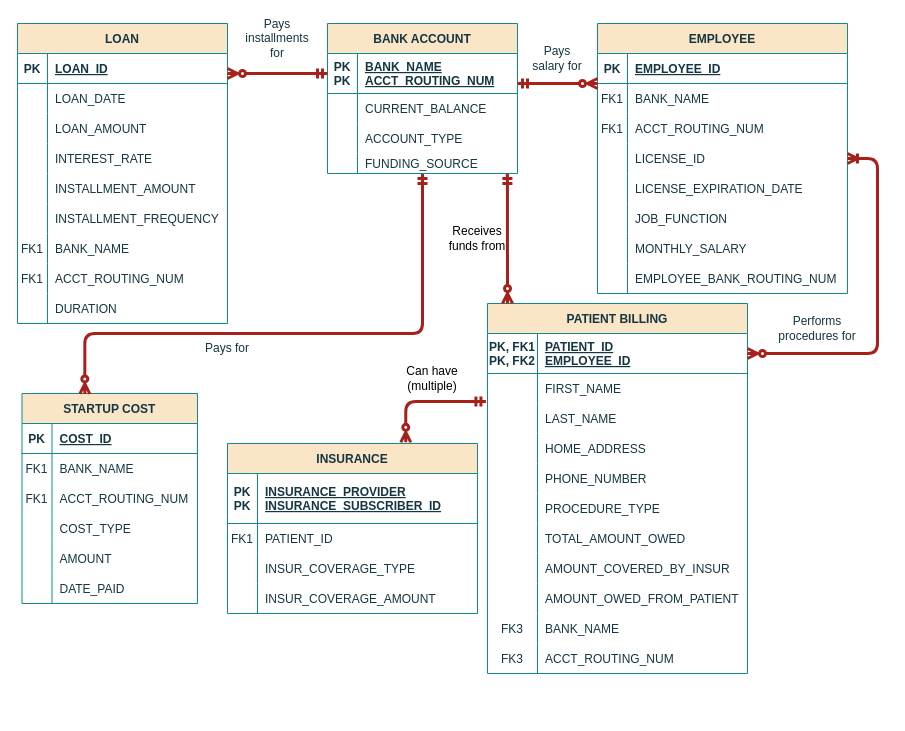
This is hw.drawio from donjuli990/HW1, a draw.io file, before an edit. Source tidied: cells renumbered, new cells numbered last; positions are measured from the earlier drawing's top-left corner, leaving out a move shared by most shapes. Both pictures are drawn from the tidied source at 100%, with x=0, y=0 at pixel (17, 23).
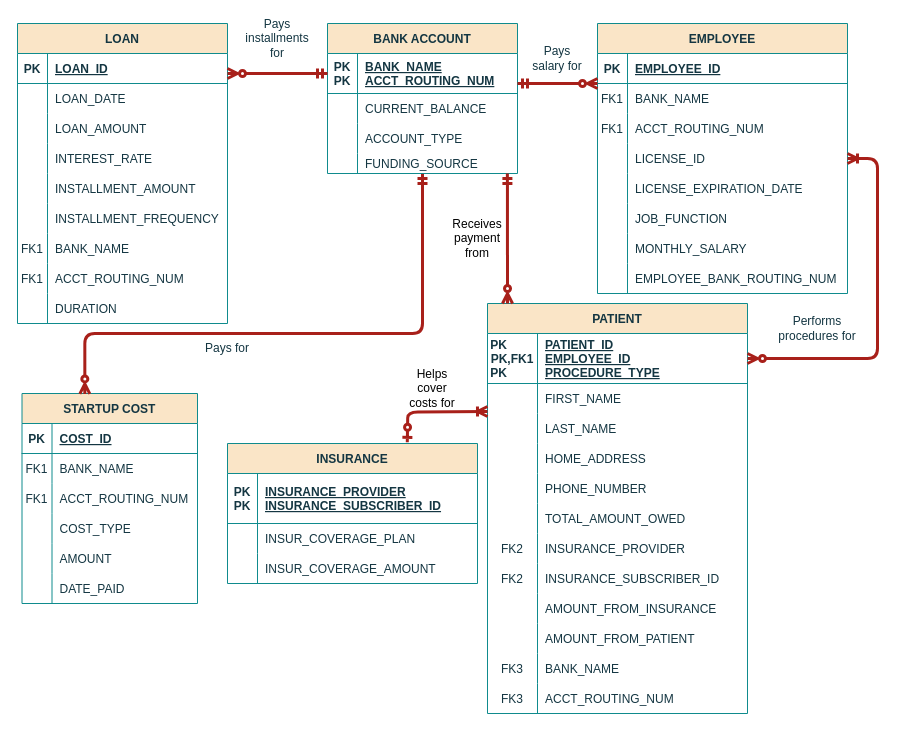
The same diagram, later.

Diff of the diagram source:
```diff
@@
-    <mxCell id="27" value="PATIENT BILLING" style="shape=table;startSize=30;childLayout=tableLayout;rowLines=0;fontStyle=1;align=center;labelBackgroundColor=none;fillColor=#FAE5C7;strokeColor=#0F8B8D;fontColor=#143642;" parent="1" vertex="1">
-      <mxGeometry x="470" y="280" width="260" height="370" as="geometry" />
+    <mxCell id="27" value="PATIENT" style="shape=table;startSize=30;childLayout=tableLayout;rowLines=0;fontStyle=1;align=center;labelBackgroundColor=none;fillColor=#FAE5C7;strokeColor=#0F8B8D;fontColor=#143642;" parent="1" vertex="1">
+      <mxGeometry x="470" y="280" width="260" height="410" as="geometry" />
     </mxCell>
     <mxCell id="28" style="shape=partialRectangle;fillColor=none;points=[[0,0.5],[1,0.5]];portConstraint=eastwest;top=0;left=0;right=0;bottom=1;labelBackgroundColor=none;strokeColor=#0F8B8D;fontColor=#143642;" parent="27" vertex="1">
-      <mxGeometry y="30" width="260" height="40" as="geometry" />
+      <mxGeometry y="30" width="260" height="50" as="geometry" />
     </mxCell>
-    <mxCell id="29" value="PK, FK1&#10;PK, FK2" style="shape=partialRectangle;overflow=hidden;fillColor=none;top=0;left=0;bottom=0;right=0;fontStyle=1;labelBackgroundColor=none;strokeColor=#0F8B8D;fontColor=#143642;" parent="28" vertex="1">
-      <mxGeometry width="50" height="40" as="geometry" />
+    <mxCell id="29" value="PK        &#10;PK,FK1&#10;PK        " style="shape=partialRectangle;overflow=hidden;fillColor=none;top=0;left=0;bottom=0;right=0;fontStyle=1;labelBackgroundColor=none;strokeColor=#0F8B8D;fontColor=#143642;" parent="28" vertex="1">
+      <mxGeometry width="50" height="50" as="geometry" />
     </mxCell>
-    <mxCell id="30" value="PATIENT_ID&#10;EMPLOYEE_ID" style="shape=partialRectangle;overflow=hidden;fillColor=none;top=0;left=0;bottom=0;right=0;align=left;spacingLeft=6;fontStyle=5;labelBackgroundColor=none;strokeColor=#0F8B8D;fontColor=#143642;" parent="28" vertex="1">
-      <mxGeometry x="50" width="210" height="40" as="geometry" />
+    <mxCell id="30" value="PATIENT_ID&#10;EMPLOYEE_ID&#10;PROCEDURE_TYPE" style="shape=partialRectangle;overflow=hidden;fillColor=none;top=0;left=0;bottom=0;right=0;align=left;spacingLeft=6;fontStyle=5;labelBackgroundColor=none;strokeColor=#0F8B8D;fontColor=#143642;" parent="28" vertex="1">
+      <mxGeometry x="50" width="210" height="50" as="geometry" />
     </mxCell>
     <mxCell id="31" style="shape=partialRectangle;fillColor=none;top=0;left=0;right=0;bottom=0;labelBackgroundColor=none;strokeColor=#0F8B8D;fontColor=#143642;" parent="27" vertex="1">
-      <mxGeometry y="70" width="260" height="30" as="geometry" />
+      <mxGeometry y="80" width="260" height="30" as="geometry" />
     </mxCell>
@@
     <mxCell id="34" style="shape=partialRectangle;fillColor=none;points=[[0,0.5],[1,0.5]];portConstraint=eastwest;top=0;left=0;right=0;bottom=0;labelBackgroundColor=none;strokeColor=#0F8B8D;fontColor=#143642;" parent="27" vertex="1">
-      <mxGeometry y="100" width="260" height="30" as="geometry" />
+      <mxGeometry y="110" width="260" height="30" as="geometry" />
     </mxCell>
@@
     <mxCell id="37" style="shape=partialRectangle;fillColor=none;top=0;left=0;right=0;bottom=0;labelBackgroundColor=none;strokeColor=#0F8B8D;fontColor=#143642;" parent="27" vertex="1">
-      <mxGeometry y="130" width="260" height="30" as="geometry" />
+      <mxGeometry y="140" width="260" height="30" as="geometry" />
     </mxCell>
@@
     <mxCell id="40" style="shape=partialRectangle;fillColor=none;top=0;left=0;right=0;bottom=0;labelBackgroundColor=none;strokeColor=#0F8B8D;fontColor=#143642;" parent="27" vertex="1">
-      <mxGeometry y="160" width="260" height="30" as="geometry" />
+      <mxGeometry y="170" width="260" height="30" as="geometry" />
     </mxCell>
@@
-    <mxCell id="43" style="shape=partialRectangle;fillColor=none;top=0;left=0;right=0;bottom=0;labelBackgroundColor=none;strokeColor=#0F8B8D;fontColor=#143642;" parent="27" vertex="1">
-      <mxGeometry y="190" width="260" height="30" as="geometry" />
-    </mxCell>
-    <mxCell id="44" style="shape=partialRectangle;overflow=hidden;fillColor=none;top=0;left=0;bottom=0;right=0;labelBackgroundColor=none;strokeColor=#0F8B8D;fontColor=#143642;" parent="43" vertex="1">
-      <mxGeometry width="50" height="30" as="geometry" />
-    </mxCell>
-    <mxCell id="45" value="PROCEDURE_TYPE" style="shape=partialRectangle;overflow=hidden;fillColor=none;top=0;left=0;bottom=0;right=0;align=left;spacingLeft=6;labelBackgroundColor=none;strokeColor=#0F8B8D;fontColor=#143642;" parent="43" vertex="1">
-      <mxGeometry x="50" width="210" height="30" as="geometry" />
-    </mxCell>
     <mxCell id="46" style="shape=partialRectangle;fillColor=none;top=0;left=0;right=0;bottom=0;labelBackgroundColor=none;strokeColor=#0F8B8D;fontColor=#143642;" parent="27" vertex="1">
-      <mxGeometry y="220" width="260" height="30" as="geometry" />
+      <mxGeometry y="200" width="260" height="30" as="geometry" />
     </mxCell>
@@
     <mxCell id="49" style="shape=partialRectangle;fillColor=none;top=0;left=0;right=0;bottom=0;labelBackgroundColor=none;strokeColor=#0F8B8D;fontColor=#143642;" parent="27" vertex="1">
-      <mxGeometry y="250" width="260" height="30" as="geometry" />
+      <mxGeometry y="230" width="260" height="30" as="geometry" />
     </mxCell>
-    <mxCell id="50" style="shape=partialRectangle;overflow=hidden;fillColor=none;top=0;left=0;bottom=0;right=0;labelBackgroundColor=none;strokeColor=#0F8B8D;fontColor=#143642;" parent="49" vertex="1">
+    <mxCell id="50" value="FK2" style="shape=partialRectangle;overflow=hidden;fillColor=none;top=0;left=0;bottom=0;right=0;labelBackgroundColor=none;strokeColor=#0F8B8D;fontColor=#143642;" parent="49" vertex="1">
       <mxGeometry width="50" height="30" as="geometry" />
     </mxCell>
-    <mxCell id="51" value="AMOUNT_COVERED_BY_INSUR" style="shape=partialRectangle;overflow=hidden;fillColor=none;top=0;left=0;bottom=0;right=0;align=left;spacingLeft=6;labelBackgroundColor=none;strokeColor=#0F8B8D;fontColor=#143642;" parent="49" vertex="1">
+    <mxCell id="51" value="INSURANCE_PROVIDER" style="shape=partialRectangle;overflow=hidden;fillColor=none;top=0;left=0;bottom=0;right=0;align=left;spacingLeft=6;labelBackgroundColor=none;strokeColor=#0F8B8D;fontColor=#143642;" parent="49" vertex="1">
       <mxGeometry x="50" width="210" height="30" as="geometry" />
     </mxCell>
+    <mxCell id="146" style="shape=partialRectangle;fillColor=none;top=0;left=0;right=0;bottom=0;labelBackgroundColor=none;strokeColor=#0F8B8D;fontColor=#143642;" parent="27" vertex="1">
+      <mxGeometry y="260" width="260" height="30" as="geometry" />
+    </mxCell>
+    <mxCell id="147" value="FK2" style="shape=partialRectangle;overflow=hidden;fillColor=none;top=0;left=0;bottom=0;right=0;labelBackgroundColor=none;strokeColor=#0F8B8D;fontColor=#143642;" parent="146" vertex="1">
+      <mxGeometry width="50" height="30" as="geometry" />
+    </mxCell>
+    <mxCell id="148" value="INSURANCE_SUBSCRIBER_ID" style="shape=partialRectangle;overflow=hidden;fillColor=none;top=0;left=0;bottom=0;right=0;align=left;spacingLeft=6;labelBackgroundColor=none;strokeColor=#0F8B8D;fontColor=#143642;" parent="146" vertex="1">
+      <mxGeometry x="50" width="210" height="30" as="geometry" />
+    </mxCell>
+    <mxCell id="149" style="shape=partialRectangle;fillColor=none;top=0;left=0;right=0;bottom=0;labelBackgroundColor=none;strokeColor=#0F8B8D;fontColor=#143642;" parent="27" vertex="1">
+      <mxGeometry y="290" width="260" height="30" as="geometry" />
+    </mxCell>
+    <mxCell id="44" style="shape=partialRectangle;overflow=hidden;fillColor=none;top=0;left=0;bottom=0;right=0;labelBackgroundColor=none;strokeColor=#0F8B8D;fontColor=#143642;" parent="149" vertex="1">
+      <mxGeometry width="50" height="30" as="geometry" />
+    </mxCell>
+    <mxCell id="150" value="AMOUNT_FROM_INSURANCE" style="shape=partialRectangle;overflow=hidden;fillColor=none;top=0;left=0;bottom=0;right=0;align=left;spacingLeft=6;labelBackgroundColor=none;strokeColor=#0F8B8D;fontColor=#143642;" parent="149" vertex="1">
+      <mxGeometry x="50" width="210" height="30" as="geometry" />
+    </mxCell>
     <mxCell id="52" style="shape=partialRectangle;fillColor=none;top=0;left=0;right=0;bottom=0;labelBackgroundColor=none;strokeColor=#0F8B8D;fontColor=#143642;" parent="27" vertex="1">
-      <mxGeometry y="280" width="260" height="30" as="geometry" />
+      <mxGeometry y="320" width="260" height="30" as="geometry" />
     </mxCell>
@@
-    <mxCell id="54" value="AMOUNT_OWED_FROM_PATIENT" style="shape=partialRectangle;overflow=hidden;fillColor=none;top=0;left=0;bottom=0;right=0;align=left;spacingLeft=6;labelBackgroundColor=none;strokeColor=#0F8B8D;fontColor=#143642;" parent="52" vertex="1">
+    <mxCell id="54" value="AMOUNT_FROM_PATIENT" style="shape=partialRectangle;overflow=hidden;fillColor=none;top=0;left=0;bottom=0;right=0;align=left;spacingLeft=6;labelBackgroundColor=none;strokeColor=#0F8B8D;fontColor=#143642;" parent="52" vertex="1">
       <mxGeometry x="50" width="210" height="30" as="geometry" />
     </mxCell>
     <mxCell id="55" style="shape=partialRectangle;fillColor=none;top=0;left=0;right=0;bottom=0;labelBackgroundColor=none;strokeColor=#0F8B8D;fontColor=#143642;" parent="27" vertex="1">
-      <mxGeometry y="310" width="260" height="30" as="geometry" />
+      <mxGeometry y="350" width="260" height="30" as="geometry" />
     </mxCell>
@@
     <mxCell id="58" style="shape=partialRectangle;fillColor=none;top=0;left=0;right=0;bottom=0;labelBackgroundColor=none;strokeColor=#0F8B8D;fontColor=#143642;" parent="27" vertex="1">
-      <mxGeometry y="340" width="260" height="30" as="geometry" />
+      <mxGeometry y="380" width="260" height="30" as="geometry" />
     </mxCell>
@@
     <mxCell id="90" value="INSURANCE" style="shape=table;startSize=30;childLayout=tableLayout;rowLines=0;fontStyle=1;align=center;labelBackgroundColor=none;fillColor=#FAE5C7;strokeColor=#0F8B8D;fontColor=#143642;" parent="1" vertex="1">
-      <mxGeometry x="210" y="420" width="250" height="170" as="geometry" />
+      <mxGeometry x="210" y="420" width="250" height="140" as="geometry" />
     </mxCell>
@@
-    <mxCell id="94" style="shape=partialRectangle;fillColor=none;top=0;left=0;right=0;bottom=0;labelBackgroundColor=none;strokeColor=#0F8B8D;fontColor=#143642;" parent="90" vertex="1">
-      <mxGeometry y="80" width="250" height="30" as="geometry" />
-    </mxCell>
-    <mxCell id="95" value="FK1" style="shape=partialRectangle;overflow=hidden;fillColor=none;top=0;left=0;bottom=0;right=0;labelBackgroundColor=none;strokeColor=#0F8B8D;fontColor=#143642;" parent="94" vertex="1">
-      <mxGeometry width="30" height="30" as="geometry" />
-    </mxCell>
-    <mxCell id="96" value="PATIENT_ID" style="shape=partialRectangle;overflow=hidden;fillColor=none;top=0;left=0;bottom=0;right=0;align=left;spacingLeft=6;labelBackgroundColor=none;strokeColor=#0F8B8D;fontColor=#143642;" parent="94" vertex="1">
-      <mxGeometry x="30" width="220" height="30" as="geometry" />
-    </mxCell>
     <mxCell id="97" style="shape=partialRectangle;fillColor=none;top=0;left=0;right=0;bottom=0;labelBackgroundColor=none;strokeColor=#0F8B8D;fontColor=#143642;" parent="90" vertex="1">
-      <mxGeometry y="110" width="250" height="30" as="geometry" />
+      <mxGeometry y="80" width="250" height="30" as="geometry" />
     </mxCell>
@@
-    <mxCell id="99" value="INSUR_COVERAGE_TYPE" style="shape=partialRectangle;overflow=hidden;fillColor=none;top=0;left=0;bottom=0;right=0;align=left;spacingLeft=6;labelBackgroundColor=none;strokeColor=#0F8B8D;fontColor=#143642;" parent="97" vertex="1">
+    <mxCell id="99" value="INSUR_COVERAGE_PLAN" style="shape=partialRectangle;overflow=hidden;fillColor=none;top=0;left=0;bottom=0;right=0;align=left;spacingLeft=6;labelBackgroundColor=none;strokeColor=#0F8B8D;fontColor=#143642;" parent="97" vertex="1">
       <mxGeometry x="30" width="220" height="30" as="geometry" />
     </mxCell>
     <mxCell id="100" style="shape=partialRectangle;fillColor=none;top=0;left=0;right=0;bottom=0;labelBackgroundColor=none;strokeColor=#0F8B8D;fontColor=#143642;" parent="90" vertex="1">
-      <mxGeometry y="140" width="250" height="30" as="geometry" />
+      <mxGeometry y="110" width="250" height="30" as="geometry" />
     </mxCell>
@@
-    <mxCell id="142" value="Receives funds from" style="text;html=1;align=center;verticalAlign=middle;whiteSpace=wrap;rounded=0;" parent="1" vertex="1">
+    <mxCell id="142" value="Receives payment from" style="text;html=1;align=center;verticalAlign=middle;whiteSpace=wrap;rounded=0;" parent="1" vertex="1">
       <mxGeometry x="430" y="200" width="60" height="30" as="geometry" />
     </mxCell>
@@
-    <mxCell id="144" style="endArrow=ERzeroToMany;startArrow=ERmandOne;endFill=0;startFill=0;labelBackgroundColor=none;strokeColor=#A8201A;fontColor=default;strokeWidth=3;edgeStyle=orthogonalEdgeStyle;exitX=-0.006;exitY=-0.067;exitDx=0;exitDy=0;exitPerimeter=0;entryX=0.713;entryY=-0.007;entryDx=0;entryDy=0;entryPerimeter=0;" parent="1" edge="1" source="34" target="90">
-      <mxGeometry relative="1" as="geometry" />
+    <mxCell id="144" style="endArrow=ERzeroToOne;startArrow=ERoneToMany;endFill=0;startFill=0;labelBackgroundColor=none;strokeColor=#A8201A;fontColor=default;strokeWidth=3;edgeStyle=orthogonalEdgeStyle;exitX=-0.006;exitY=-0.067;exitDx=0;exitDy=0;exitPerimeter=0;entryX=0.713;entryY=-0.007;entryDx=0;entryDy=0;entryPerimeter=0;" parent="1" edge="1">
+      <mxGeometry relative="1" as="geometry">
+        <mxPoint x="470" y="388" as="sourcePoint" />
+        <mxPoint x="389.8" y="418.8" as="targetPoint" />
+      </mxGeometry>
     </mxCell>
-    <mxCell id="145" value="Can have (multiple)" style="text;html=1;align=center;verticalAlign=middle;whiteSpace=wrap;rounded=0;" parent="1" vertex="1">
-      <mxGeometry x="385" y="340" width="60" height="30" as="geometry" />
+    <mxCell id="145" value="Helps cover costs for" style="text;html=1;align=center;verticalAlign=middle;whiteSpace=wrap;rounded=0;" parent="1" vertex="1">
+      <mxGeometry x="385" y="350" width="60" height="30" as="geometry" />
     </mxCell>
```
